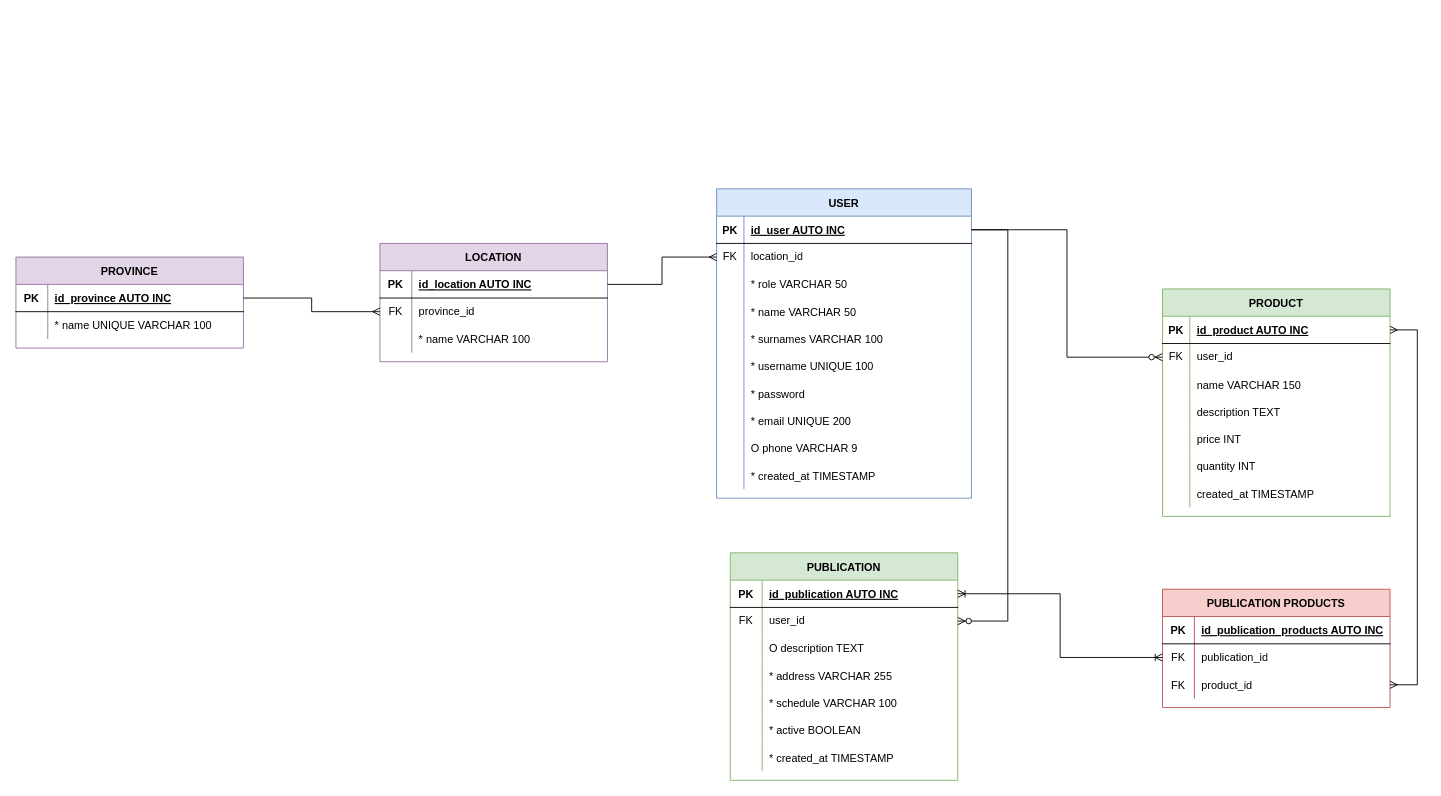
Earlier version of the draw.io diagram diseño-bd.drawio (cnievaslozano/ConectaCampo). Source tidied: cells renumbered, new cells numbered last; positions are measured from the earlier drawing's top-left corner, leaving out a move shared by most shapes. Both pictures are drawn from the tidied source at 91%, with x=0, y=0 at pixel (15, 188).
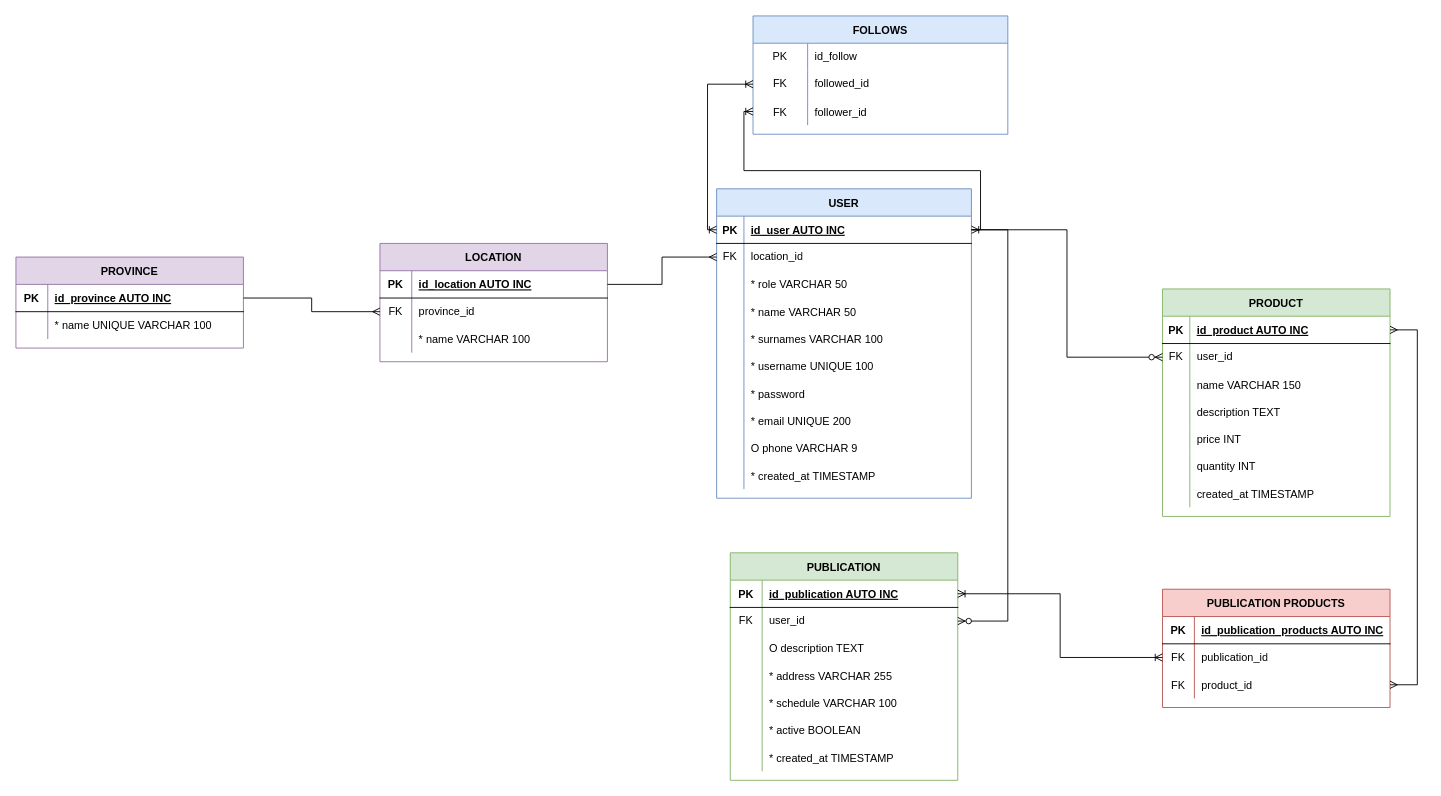
After the change.

Commit message (it also covers changes not shown here):
Fix follow system

The change refers to these unchanged cells:
```xml
<mxCell id="3" style="shape=partialRectangle;fillColor=none;points=[[0,0.5],[1,0.5]];portConstraint=eastwest;top=0;left=0;right=0;bottom=1;" parent="2" vertex="1">
  <mxGeometry y="30" width="280" height="30" as="geometry" />
</mxCell>
```

Diff of the diagram source:
```diff
@@
+    <mxCell id="110" value="FOLLOWS" style="shape=table;startSize=30;childLayout=tableLayout;rowLines=0;fontStyle=1;align=center;fillColor=#dae8fc;strokeColor=#6c8ebf;" parent="1" vertex="1">
+      <mxGeometry x="810" y="-190" width="280" height="130" as="geometry" />
+    </mxCell>
+    <mxCell id="111" style="shape=tableRow;horizontal=0;startSize=0;swimlaneHead=0;swimlaneBody=0;fillColor=none;top=0;left=0;right=0;bottom=0;" parent="110" vertex="1">
+      <mxGeometry y="30" width="280" height="30" as="geometry" />
+    </mxCell>
+    <mxCell id="112" value="PK" style="shape=partialRectangle;fillColor=none;top=0;left=0;bottom=0;right=0;fontStyle=0;overflow=hidden;whiteSpace=wrap;html=1;" parent="111" vertex="1">
+      <mxGeometry width="60" height="30" as="geometry" />
+    </mxCell>
+    <mxCell id="113" value="id_follow" style="shape=partialRectangle;fillColor=none;top=0;left=0;bottom=0;right=0;align=left;spacingLeft=6;fontStyle=0;overflow=hidden;whiteSpace=wrap;html=1;" parent="111" vertex="1">
+      <mxGeometry x="60" width="220" height="30" as="geometry" />
+    </mxCell>
+    <mxCell id="114" style="shape=tableRow;horizontal=0;startSize=0;swimlaneHead=0;swimlaneBody=0;fillColor=none;points=[[0,0.5],[1,0.5]];portConstraint=eastwest;top=0;left=0;right=0;bottom=0;" parent="110" vertex="1">
+      <mxGeometry y="60" width="280" height="30" as="geometry" />
+    </mxCell>
+    <mxCell id="115" value="FK" style="shape=partialRectangle;fillColor=none;top=0;left=0;bottom=0;right=0;fontStyle=0;overflow=hidden;whiteSpace=wrap;html=1;" parent="114" vertex="1">
+      <mxGeometry width="60" height="30" as="geometry" />
+    </mxCell>
+    <mxCell id="116" value="followed_id" style="shape=partialRectangle;fillColor=none;top=0;left=0;bottom=0;right=0;align=left;spacingLeft=6;fontStyle=0;overflow=hidden;whiteSpace=wrap;html=1;" parent="114" vertex="1">
+      <mxGeometry x="60" width="220" height="30" as="geometry" />
+    </mxCell>
+    <mxCell id="117" style="shape=tableRow;horizontal=0;startSize=0;swimlaneHead=0;swimlaneBody=0;fillColor=none;points=[[0,0.5],[1,0.5]];portConstraint=eastwest;top=0;left=0;right=0;bottom=0;" parent="110" vertex="1">
+      <mxGeometry y="90" width="280" height="30" as="geometry" />
+    </mxCell>
+    <mxCell id="118" value="FK" style="shape=partialRectangle;fillColor=none;top=0;left=0;bottom=0;right=0;overflow=hidden;" parent="117" vertex="1">
+      <mxGeometry width="60" height="30" as="geometry" />
+    </mxCell>
+    <mxCell id="119" value="follower_id" style="shape=partialRectangle;fillColor=none;top=0;left=0;bottom=0;right=0;align=left;spacingLeft=6;overflow=hidden;" parent="117" vertex="1">
+      <mxGeometry x="60" width="220" height="30" as="geometry" />
+    </mxCell>
+    <mxCell id="120" style="edgeStyle=orthogonalEdgeStyle;fontSize=12;html=1;endArrow=ERoneToMany;startArrow=ERoneToMany;rounded=0;entryX=0;entryY=0.5;entryDx=0;entryDy=0;exitX=0;exitY=0.5;exitDx=0;exitDy=0;" parent="1" edge="1" source="3" target="114">
+      <mxGeometry relative="1" as="geometry" />
+    </mxCell>
+    <mxCell id="121" style="edgeStyle=orthogonalEdgeStyle;fontSize=12;html=1;endArrow=ERoneToMany;startArrow=ERoneToMany;rounded=0;entryX=0;entryY=0.5;entryDx=0;entryDy=0;exitX=1;exitY=0.5;exitDx=0;exitDy=0;" parent="1" edge="1" source="3" target="117">
+      <mxGeometry relative="1" as="geometry" />
+    </mxCell>
```
